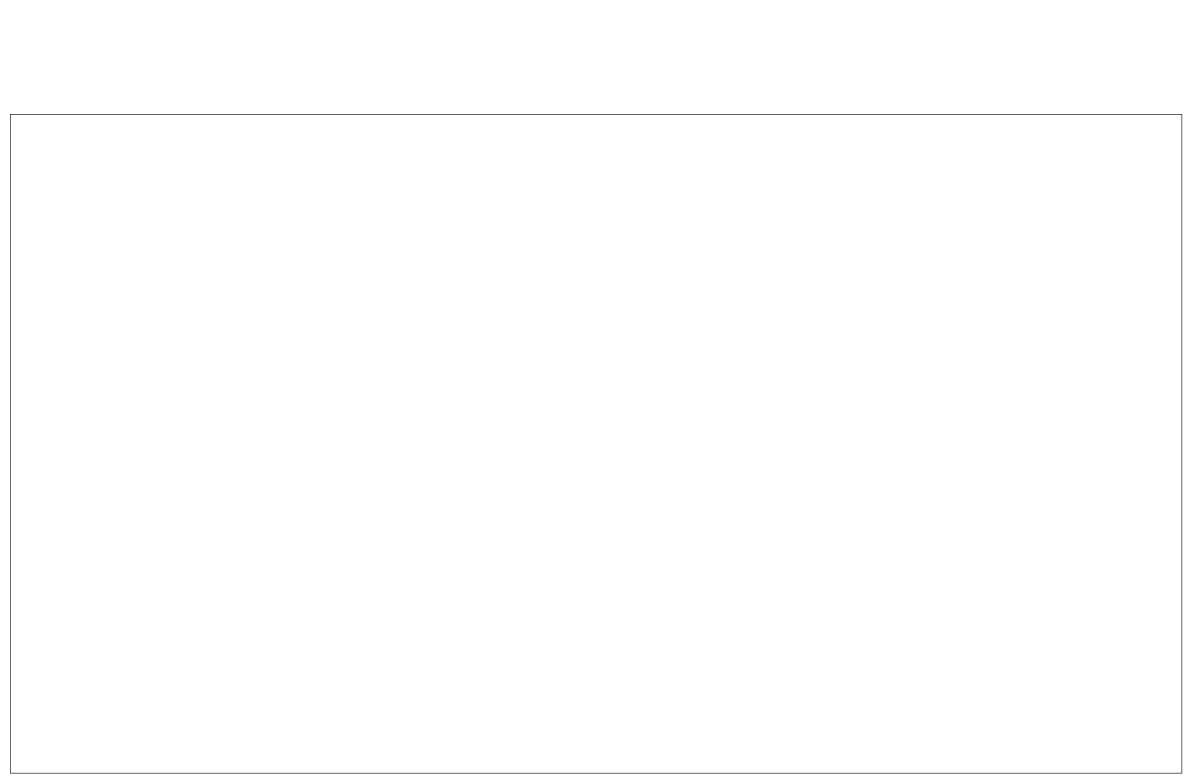
Above: SlutAssignment/Untitled Diagram.drawio in NtiElev-10/Webbsida (draw.io), before the change. Source tidied: cells renumbered, new cells numbered last; positions are measured from the earlier drawing's top-left corner, leaving out a move shared by most shapes. Both pictures are drawn from the tidied source at 61%, with x=0, y=0 at pixel (10, 114).
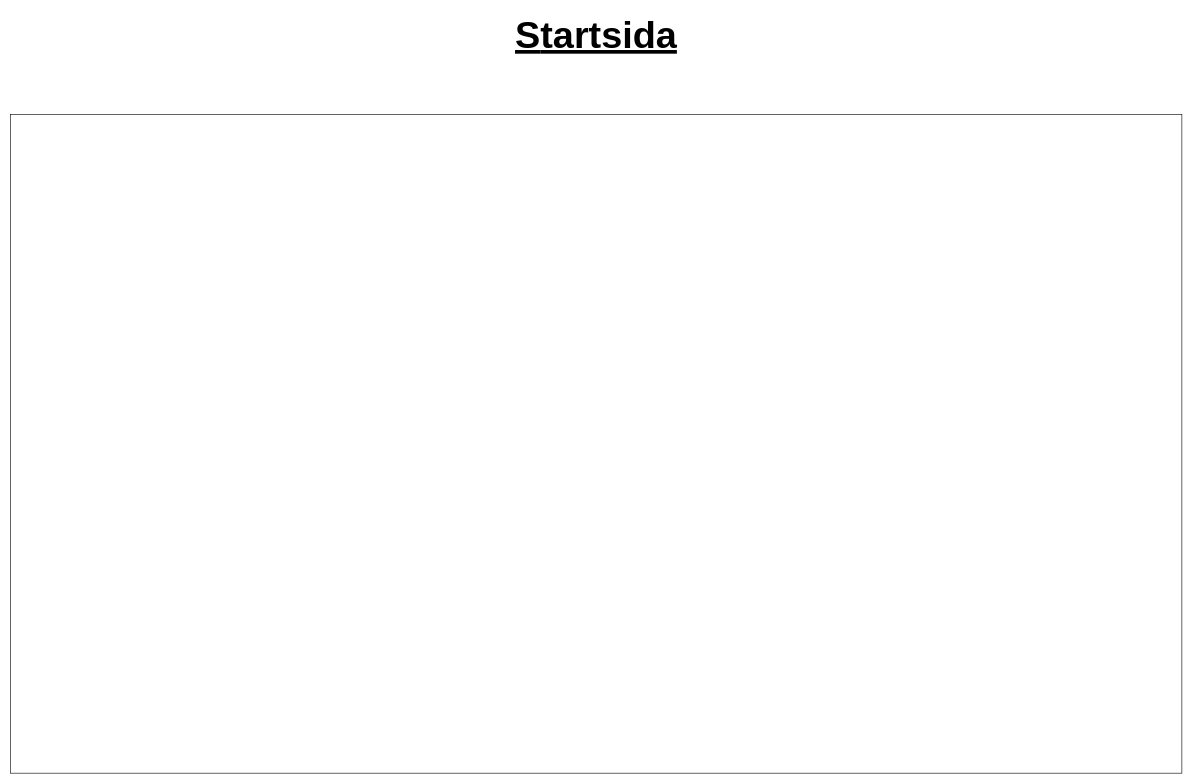
The same diagram, later.

Diff of the diagram source:
```diff
@@
 <mxGraphModel>
   <root>
     <mxCell id="0" />
     <mxCell id="1" parent="0" />
     <mxCell id="2" style="rounded=0;whiteSpace=wrap;html=1;" parent="1" vertex="1">
       <mxGeometry width="1920" height="1080" as="geometry" />
     </mxCell>
+    <mxCell id="3" value="S&lt;span style=&quot;background-color: initial; font-size: 62px;&quot;&gt;tartsida&lt;/span&gt;" style="text;html=1;align=center;verticalAlign=middle;whiteSpace=wrap;rounded=0;fontSize=62;fontStyle=5;" parent="1" vertex="1">
+      <mxGeometry x="735" y="-170" width="450" height="80" as="geometry" />
+    </mxCell>
   </root>
 </mxGraphModel>
```
